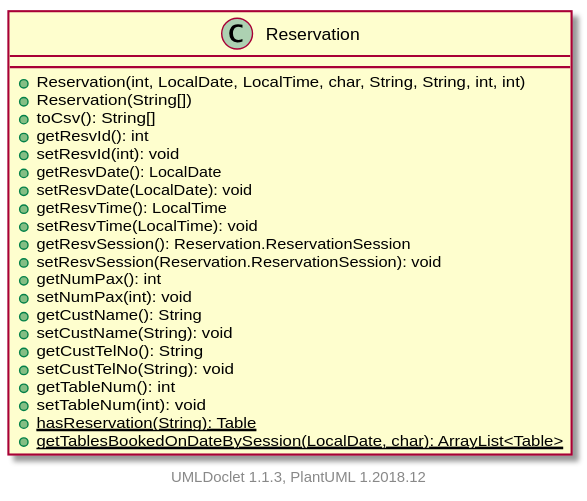
Above: projects/oodp/html/umlversion/uml/sg.edu.ntu.scse.cz2002.features.Reservation.svg in itachi1706/How-to-use-Git-NTUSCSE1819-Site (PlantUML), before the change.
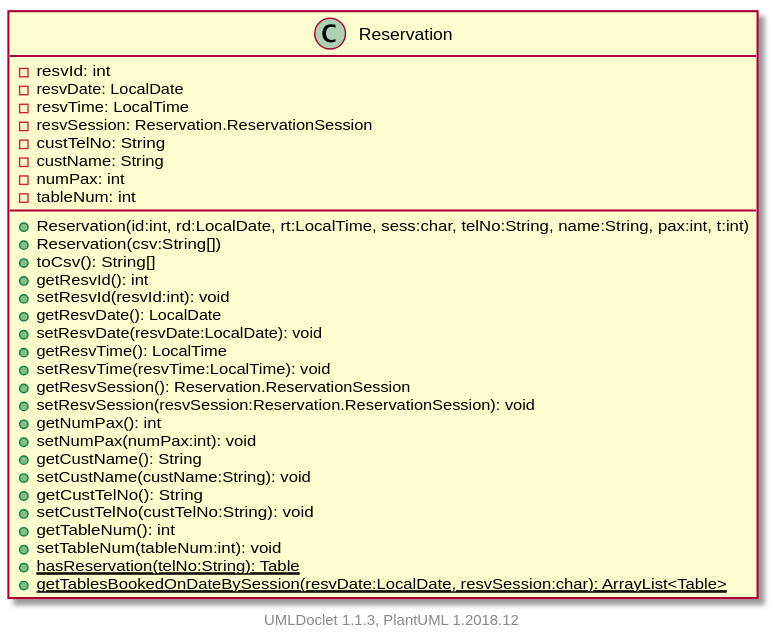
The same diagram one commit later.

The edit, as a diff of the source:
```diff
@@ -1,27 +1,35 @@
 @startuml
 
-    class Reservation {
-        +Reservation(int, LocalDate, LocalTime, char, String, String, int, int)
-        +Reservation(String[])
+    class Reservation [[../sg/edu/ntu/scse/cz2002/features/Reservation.html]] {
+        -resvId: int
+        -resvDate: LocalDate
+        -resvTime: LocalTime
+        -resvSession: Reservation.ReservationSession
+        -custTelNo: String
+        -custName: String
+        -numPax: int
+        -tableNum: int
+        +Reservation(id:int, rd:LocalDate, rt:LocalTime, sess:char, telNo:String, name:String, pax:int, t:int)
+        +Reservation(csv:String[])
         +toCsv(): String[]
         +getResvId(): int
-        +setResvId(int): void
+        +setResvId(resvId:int): void
         +getResvDate(): LocalDate
-        +setResvDate(LocalDate): void
+        +setResvDate(resvDate:LocalDate): void
         +getResvTime(): LocalTime
-        +setResvTime(LocalTime): void
+        +setResvTime(resvTime:LocalTime): void
         +getResvSession(): Reservation.ReservationSession
-        +setResvSession(Reservation.ReservationSession): void
+        +setResvSession(resvSession:Reservation.ReservationSession): void
         +getNumPax(): int
-        +setNumPax(int): void
+        +setNumPax(numPax:int): void
         +getCustName(): String
-        +setCustName(String): void
+        +setCustName(custName:String): void
         +getCustTelNo(): String
-        +setCustTelNo(String): void
+        +setCustTelNo(custTelNo:String): void
         +getTableNum(): int
-        +setTableNum(int): void
-        {static} +hasReservation(String): Table
-        {static} +getTablesBookedOnDateBySession(LocalDate, char): ArrayList<Table>
+        +setTableNum(tableNum:int): void
+        {static} +hasReservation(telNo:String): Table
+        {static} +getTablesBookedOnDateBySession(resvDate:LocalDate, resvSession:char): ArrayList<Table>
     }
 
 
```
